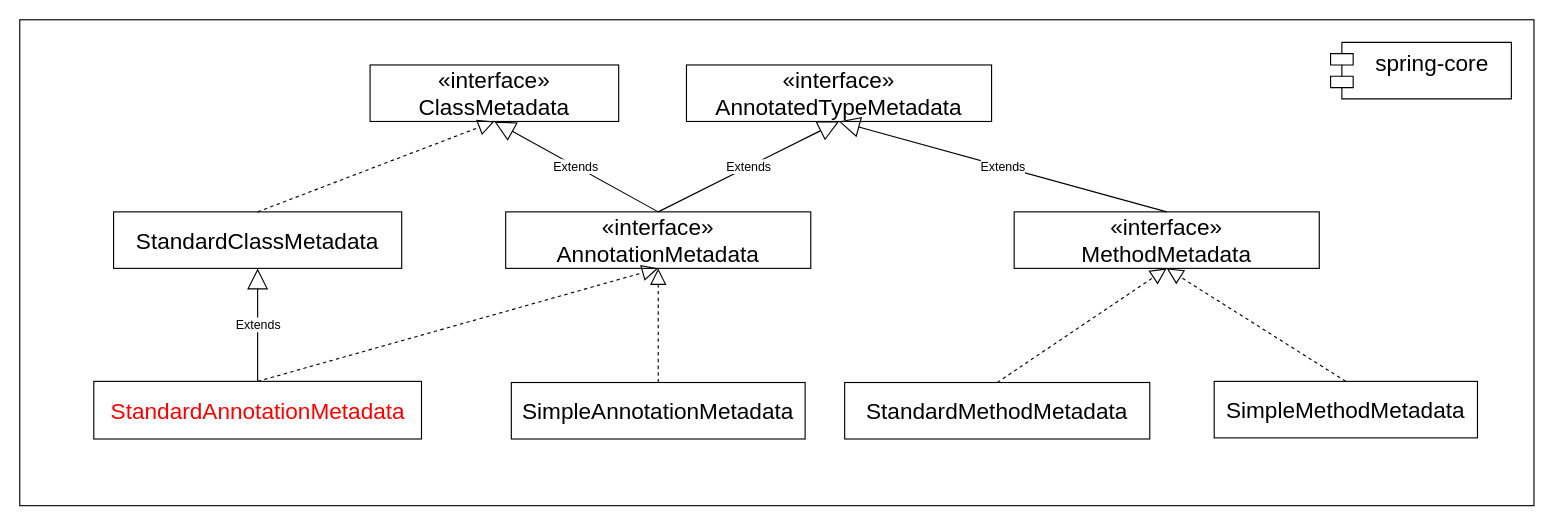
Before: dubbo-learning-doc/drawio/源码分析/3_Spring注册Bean定义/主要类图/底层元数据访问的基石_Metadata类图.drawio in czwer/dubbo-learning, a draw.io diagram. Source tidied: cells renumbered, new cells numbered last; positions are measured from the earlier drawing's top-left corner, leaving out a move shared by most shapes. Both pictures are drawn from the tidied source at 113%, with x=0, y=0 at pixel (19, 19).
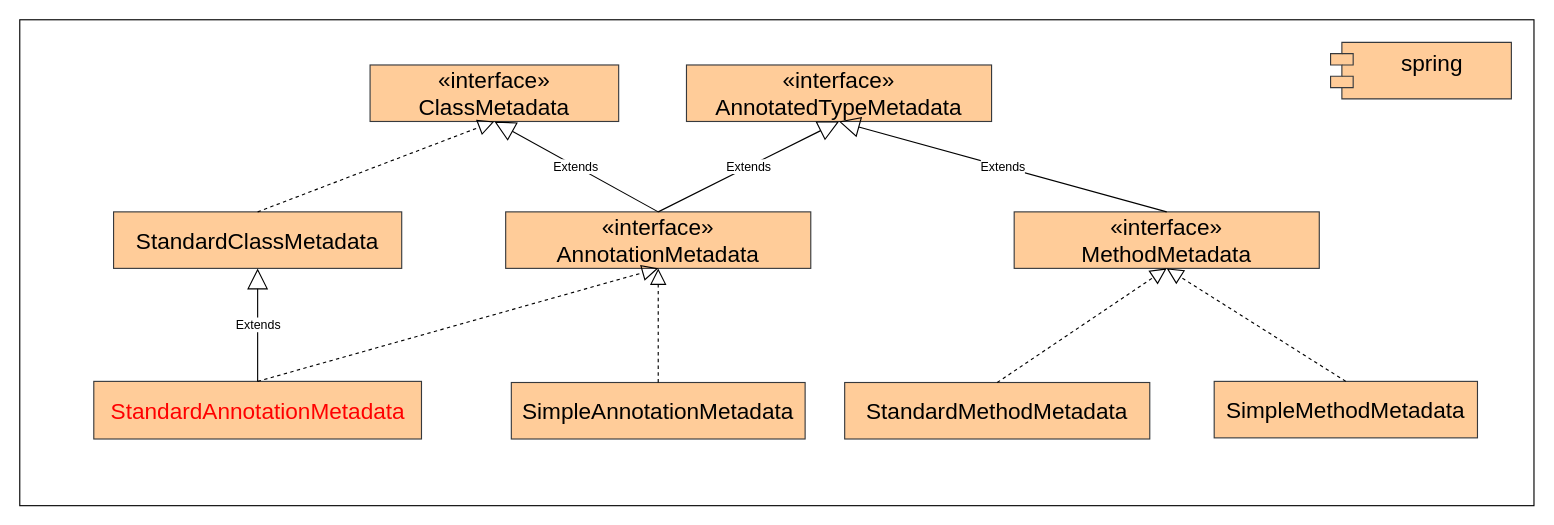
The same page after the edit.

What changed in the source:
```diff
@@
-    <mxCell id="3" value="«interface»&lt;br&gt;ClassMetadata" style="html=1;whiteSpace=wrap;fontSize=20;fontStyle=0;" parent="1" vertex="1">
+    <mxCell id="3" value="«interface»&lt;br&gt;ClassMetadata" style="html=1;whiteSpace=wrap;fontSize=20;fontStyle=0;fillColor=#ffcc99;strokeColor=#36393d;" parent="1" vertex="1">
       <mxGeometry x="310" y="40" width="220" height="50" as="geometry" />
     </mxCell>
-    <mxCell id="4" value="SimpleAnnotationMetadata" style="html=1;whiteSpace=wrap;fontSize=20;" parent="1" vertex="1">
+    <mxCell id="4" value="SimpleAnnotationMetadata" style="html=1;whiteSpace=wrap;fontSize=20;fillColor=#ffcc99;strokeColor=#36393d;" parent="1" vertex="1">
       <mxGeometry x="435" y="321" width="260" height="50" as="geometry" />
     </mxCell>
-    <mxCell id="5" value="«interface»&lt;br&gt;AnnotatedTypeMetadata" style="html=1;whiteSpace=wrap;fontSize=20;fontStyle=0;" parent="1" vertex="1">
+    <mxCell id="5" value="«interface»&lt;br&gt;AnnotatedTypeMetadata" style="html=1;whiteSpace=wrap;fontSize=20;fontStyle=0;fillColor=#ffcc99;strokeColor=#36393d;" parent="1" vertex="1">
       <mxGeometry x="590" y="40" width="270" height="50" as="geometry" />
     </mxCell>
-    <mxCell id="6" value="StandardMethodMetadata" style="html=1;whiteSpace=wrap;fontSize=20;verticalAlign=middle;align=center;" parent="1" vertex="1">
+    <mxCell id="6" value="StandardMethodMetadata" style="html=1;whiteSpace=wrap;fontSize=20;verticalAlign=middle;align=center;fillColor=#ffcc99;strokeColor=#36393d;" parent="1" vertex="1">
       <mxGeometry x="730" y="321" width="270" height="50" as="geometry" />
     </mxCell>
-    <mxCell id="7" value="StandardAnnotationMetadata" style="html=1;whiteSpace=wrap;fontSize=20;verticalAlign=middle;align=center;fontColor=#FF0000;" parent="1" vertex="1">
+    <mxCell id="7" value="&lt;font style=&quot;color: rgb(255, 0, 0);&quot;&gt;StandardAnnotationMetadata&lt;/font&gt;" style="html=1;whiteSpace=wrap;fontSize=20;verticalAlign=middle;align=center;fillColor=#ffcc99;strokeColor=#36393d;" parent="1" vertex="1">
       <mxGeometry x="65.5" y="320" width="290" height="51" as="geometry" />
     </mxCell>
-    <mxCell id="8" value="SimpleMethodMetadata" style="html=1;whiteSpace=wrap;fontSize=20;verticalAlign=middle;" parent="1" vertex="1">
+    <mxCell id="8" value="SimpleMethodMetadata" style="html=1;whiteSpace=wrap;fontSize=20;verticalAlign=middle;fillColor=#ffcc99;strokeColor=#36393d;" parent="1" vertex="1">
       <mxGeometry x="1057" y="320" width="233" height="50" as="geometry" />
     </mxCell>
-    <mxCell id="9" value="StandardClassMetadata" style="html=1;whiteSpace=wrap;fontSize=20;" parent="1" vertex="1">
+    <mxCell id="9" value="StandardClassMetadata" style="html=1;whiteSpace=wrap;fontSize=20;fillColor=#ffcc99;strokeColor=#36393d;" parent="1" vertex="1">
       <mxGeometry x="83" y="170" width="255" height="50" as="geometry" />
     </mxCell>
-    <mxCell id="10" value="«interface»&lt;br&gt;AnnotationMetadata" style="html=1;whiteSpace=wrap;fontSize=20;fontStyle=0;" parent="1" vertex="1">
+    <mxCell id="10" value="«interface»&lt;br&gt;AnnotationMetadata" style="html=1;whiteSpace=wrap;fontSize=20;fontStyle=0;fillColor=#ffcc99;strokeColor=#36393d;" parent="1" vertex="1">
       <mxGeometry x="430" y="170" width="270" height="50" as="geometry" />
     </mxCell>
@@
-    <mxCell id="17" value="«interface»&lt;br&gt;MethodMetadata" style="html=1;whiteSpace=wrap;fontSize=20;fontStyle=0;" parent="1" vertex="1">
+    <mxCell id="17" value="«interface»&lt;br&gt;MethodMetadata" style="html=1;whiteSpace=wrap;fontSize=20;fontStyle=0;fillColor=#ffcc99;strokeColor=#36393d;" parent="1" vertex="1">
       <mxGeometry x="880" y="170" width="270" height="50" as="geometry" />
     </mxCell>
@@
-    <mxCell id="21" value="spring-core" style="shape=module;align=left;spacingLeft=20;align=center;verticalAlign=top;whiteSpace=wrap;html=1;fontSize=20;" parent="1" vertex="1">
+    <mxCell id="21" value="spring" style="shape=module;align=left;spacingLeft=20;align=center;verticalAlign=top;whiteSpace=wrap;html=1;fontSize=20;fillColor=#ffcc99;strokeColor=#36393d;" parent="1" vertex="1">
       <mxGeometry x="1160" y="20" width="160" height="50" as="geometry" />
     </mxCell>
```
